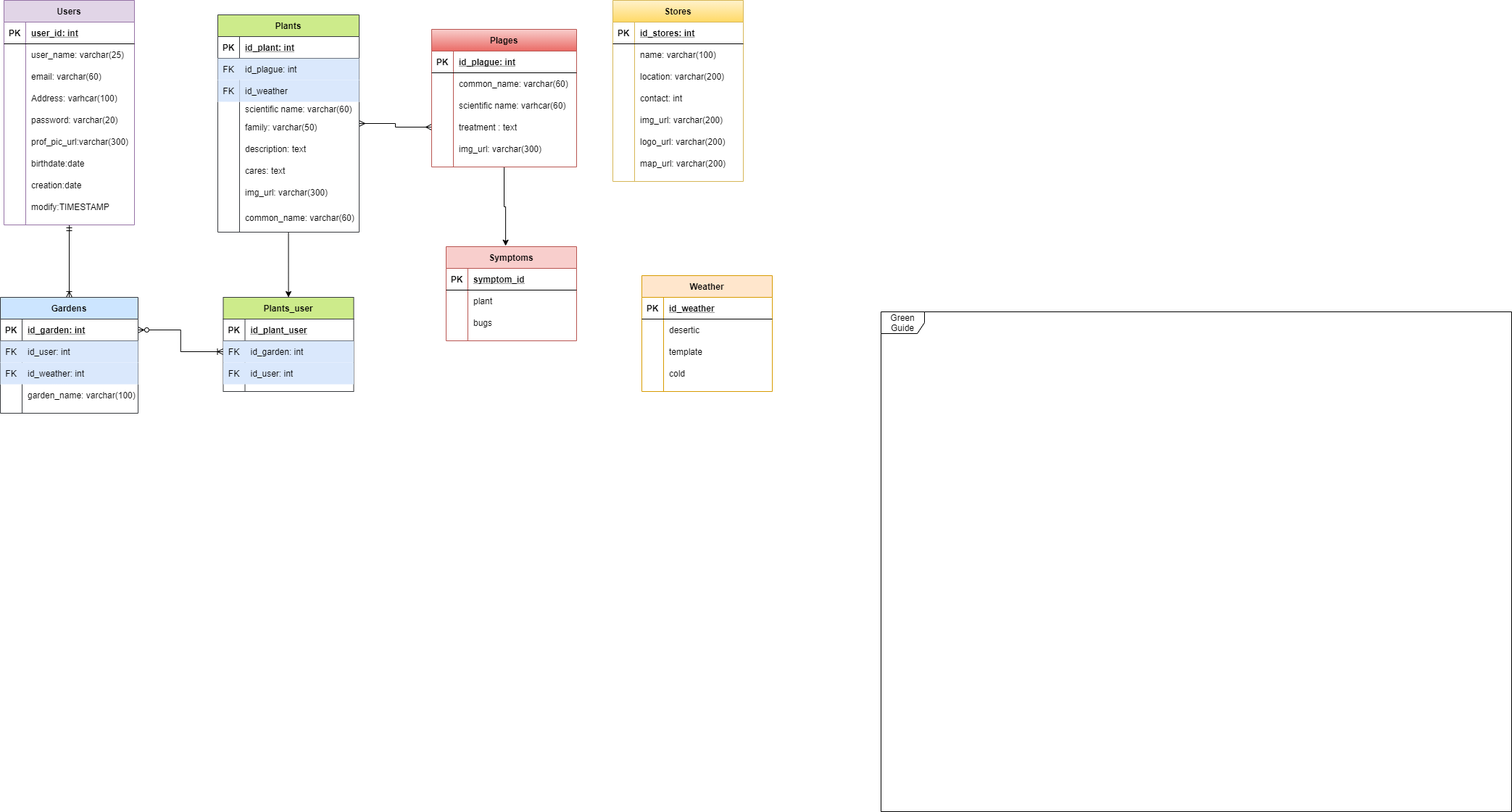
This is Untitled Diagram.png from Green-Guide-utch/Entity-Relationship-Model, a draw.io export, as it was before one commit. Source tidied: cells renumbered, new cells last; positions are measured from the earlier drawing's top-left corner, leaving out a move shared by most shapes.
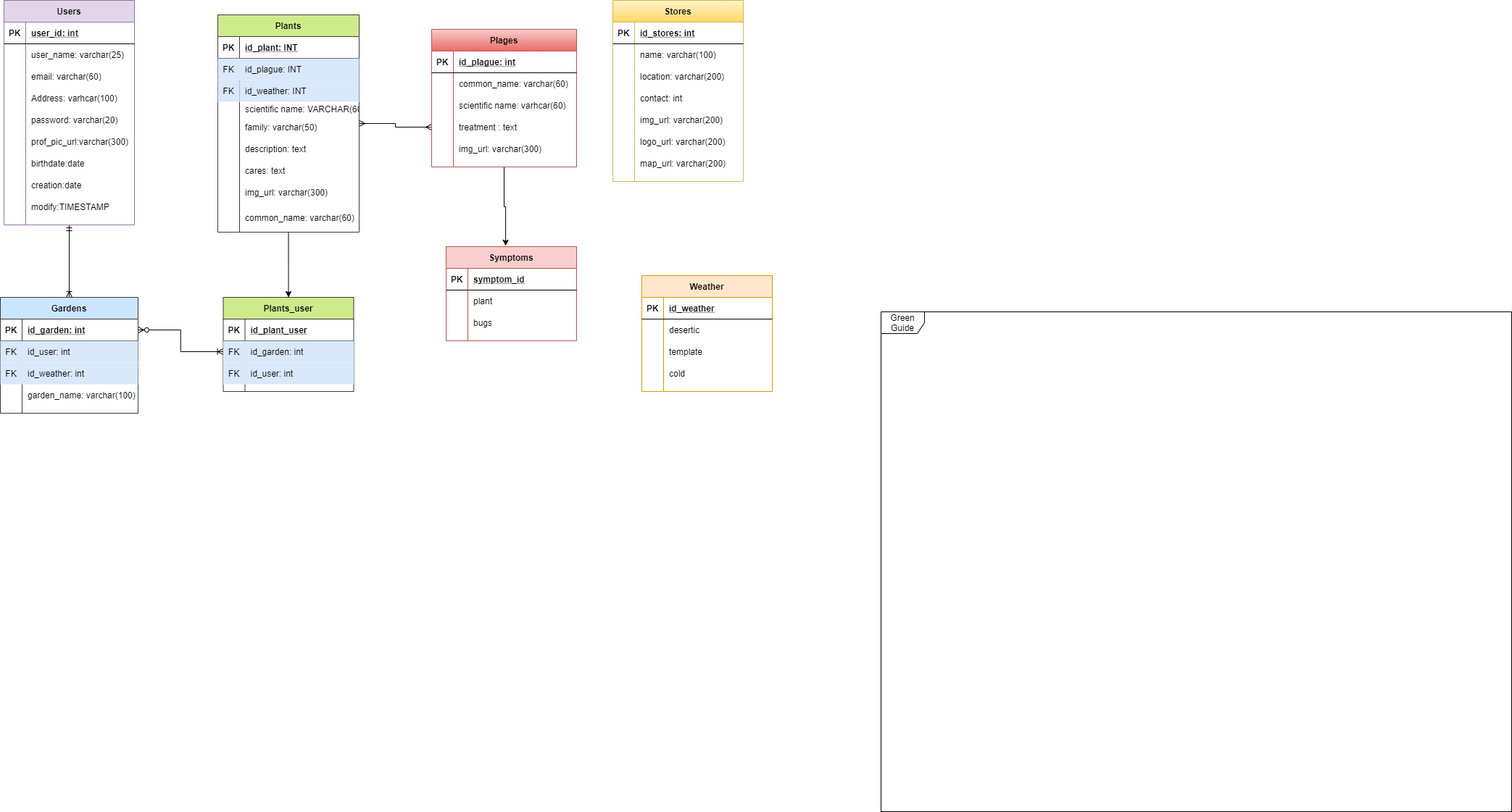
The same diagram one commit later.

Diff of the diagram source:
```diff
@@ -176,7 +176,7 @@
     <mxCell id="59" value="PK" style="shape=partialRectangle;fillColor=none;top=0;left=0;bottom=0;right=0;fontStyle=1;overflow=hidden;" parent="58" vertex="1">
       <mxGeometry width="30" height="30" as="geometry" />
     </mxCell>
-    <mxCell id="60" value="id_plant: int" style="shape=partialRectangle;fillColor=none;top=0;left=0;bottom=0;right=0;align=left;spacingLeft=6;fontStyle=5;overflow=hidden;" parent="58" vertex="1">
+    <mxCell id="60" value="id_plant: INT" style="shape=partialRectangle;fillColor=none;top=0;left=0;bottom=0;right=0;align=left;spacingLeft=6;fontStyle=5;overflow=hidden;" parent="58" vertex="1">
       <mxGeometry x="30" width="165" height="30" as="geometry" />
     </mxCell>
     <mxCell id="61" style="shape=partialRectangle;fillColor=#dae8fc;top=0;left=0;bottom=0;right=0;strokeColor=#6c8ebf;" parent="57" vertex="1">
@@ -185,7 +185,7 @@
     <mxCell id="62" value="FK" style="shape=partialRectangle;fillColor=none;top=0;left=0;bottom=0;right=0;overflow=hidden;" parent="61" vertex="1">
       <mxGeometry width="30" height="30" as="geometry" />
     </mxCell>
-    <mxCell id="63" value="id_plague: int" style="shape=partialRectangle;top=0;left=0;bottom=0;right=0;align=left;spacingLeft=6;overflow=hidden;gradientColor=#ffffff;fillColor=none;" parent="61" vertex="1">
+    <mxCell id="63" value="id_plague: INT" style="shape=partialRectangle;top=0;left=0;bottom=0;right=0;align=left;spacingLeft=6;overflow=hidden;gradientColor=#ffffff;fillColor=none;" parent="61" vertex="1">
       <mxGeometry x="30" width="165" height="30" as="geometry" />
     </mxCell>
     <mxCell id="64" style="shape=partialRectangle;fillColor=none;top=0;left=0;bottom=0;right=0;" parent="57" vertex="1">
@@ -194,7 +194,7 @@
     <mxCell id="65" value="FK" style="shape=partialRectangle;fillColor=#dae8fc;top=0;left=0;bottom=0;right=0;overflow=hidden;strokeColor=#6c8ebf;" parent="64" vertex="1">
       <mxGeometry width="30" height="30" as="geometry" />
     </mxCell>
-    <mxCell id="66" value="id_weather" style="shape=partialRectangle;fillColor=#dae8fc;top=0;left=0;bottom=0;right=0;align=left;spacingLeft=6;overflow=hidden;strokeColor=#6c8ebf;" parent="64" vertex="1">
+    <mxCell id="66" value="id_weather: INT" style="shape=partialRectangle;fillColor=#dae8fc;top=0;left=0;bottom=0;right=0;align=left;spacingLeft=6;overflow=hidden;strokeColor=#6c8ebf;" parent="64" vertex="1">
       <mxGeometry x="30" width="165" height="30" as="geometry" />
     </mxCell>
     <mxCell id="67" style="shape=partialRectangle;fillColor=none;top=0;left=0;bottom=0;right=0;" parent="57" vertex="1">
@@ -203,7 +203,7 @@
     <mxCell id="68" style="shape=partialRectangle;fillColor=none;top=0;left=0;bottom=0;right=0;overflow=hidden;" parent="67" vertex="1">
       <mxGeometry width="30" height="20" as="geometry" />
     </mxCell>
-    <mxCell id="69" value="scientific name: varchar(60)" style="shape=partialRectangle;fillColor=none;top=0;left=0;bottom=0;right=0;align=left;spacingLeft=6;overflow=hidden;" parent="67" vertex="1">
+    <mxCell id="69" value="scientific name: VARCHAR(60)" style="shape=partialRectangle;fillColor=none;top=0;left=0;bottom=0;right=0;align=left;spacingLeft=6;overflow=hidden;" parent="67" vertex="1">
       <mxGeometry x="30" width="165" height="20" as="geometry" />
     </mxCell>
     <mxCell id="70" style="shape=partialRectangle;fillColor=none;top=0;left=0;bottom=0;right=0;" parent="57" vertex="1">
```
